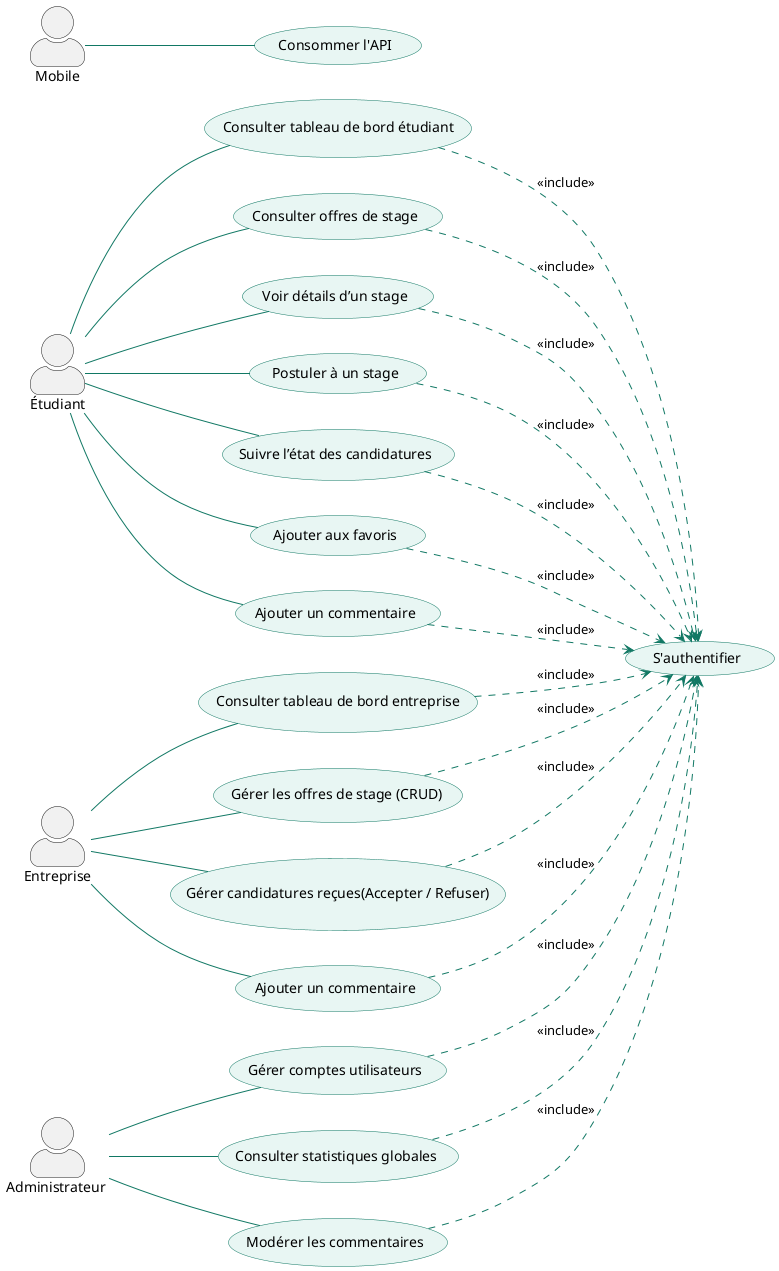
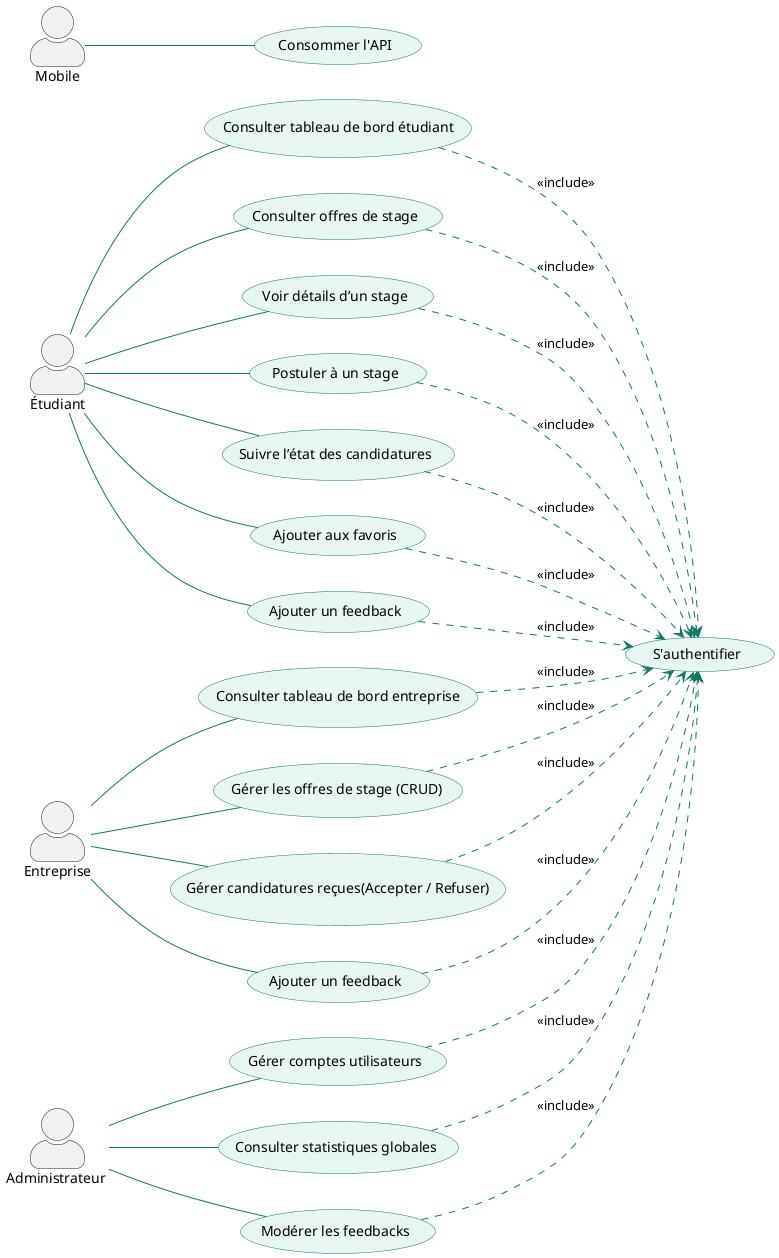
@startuml StageFlow_Sprint1_MVP
left to right direction
skinparam actorStyle awesome

skinparam usecase {
BackgroundColor #E8F6F3
BorderColor #117864
ArrowColor #117864
}

actor "Étudiant" as E
actor "Entreprise" as Ent
actor "Administrateur " as Admin
actor "Mobile" as Mob


' =========================
' Étudiant
' =========================

usecase "Consulter tableau de bord étudiant" as UC1
usecase "Consulter offres de stage" as UC2
usecase "Voir détails d’un stage" as UC3
usecase "Postuler à un stage" as UC4
usecase "Suivre l’état des candidatures" as UC5
usecase "Ajouter aux favoris" as UC6
- usecase "Ajouter un commentaire" as UC12
+ usecase "Ajouter un feedback" as UC12

E -- UC1
E -- UC2
E -- UC3
E -- UC4
E -- UC5
E -- UC6
E -- UC12


' =========================
' Entreprise
' =========================

usecase "Consulter tableau de bord entreprise" as UC7
usecase "Gérer les offres de stage (CRUD)" as UC8
usecase "Gérer candidatures reçues(Accepter / Refuser)" as UC9
- usecase "Ajouter un commentaire" as UC13
+ usecase "Ajouter un feedback" as UC13

Ent -- UC7
Ent -- UC8
Ent -- UC9
Ent -- UC13



' =========================
' Administrateur
' =========================

usecase "Gérer comptes utilisateurs" as UC10
usecase "Consulter statistiques globales" as UC11
- usecase "Modérer les commentaires" as UC14
+ usecase "Modérer les feedbacks" as UC14

Admin -- UC10
Admin -- UC11
Admin -- UC14


' =========================
' Mobile
' =========================

usecase "Consommer l'API" as API

Mob -- API


' =========================
' Authentification
' =========================

usecase "S'authentifier" as Auth

UC1 ..> Auth : <<include>>
UC2 ..> Auth : <<include>>
UC3 ..> Auth : <<include>>
UC4 ..> Auth : <<include>>
UC5 ..> Auth : <<include>>
UC6 ..> Auth : <<include>>
UC7 ..> Auth : <<include>>
UC8 ..> Auth : <<include>>
UC9 ..> Auth : <<include>>
UC10 ..> Auth : <<include>>
UC11 ..> Auth : <<include>>
UC12 ..> Auth : <<include>>
UC13 ..> Auth : <<include>>
UC14 ..> Auth : <<include>>

@enduml